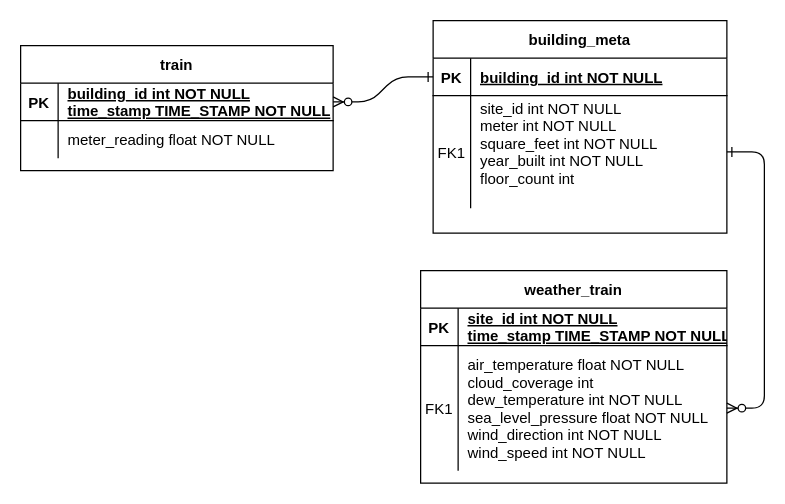
Earlier version of the draw.io diagram iq/electricity_weather.drawio (lukeAyin/lukeAyin.github.io). Source tidied: cells renumbered, new cells numbered last; positions are measured from the earlier drawing's top-left corner, leaving out a move shared by most shapes. Both pictures are drawn from the tidied source at 125%, with x=0, y=0 at pixel (20, 20).
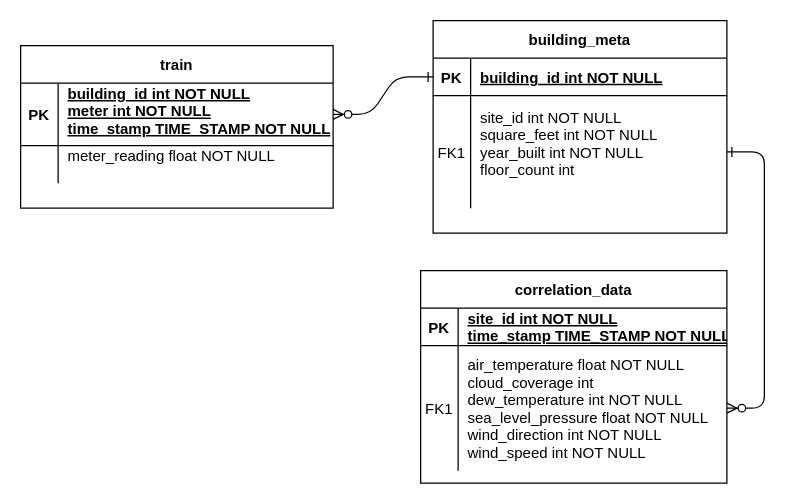
Above is the later version.

The change refers to these unchanged cells:
```xml
<mxCell id="8" style="shape=partialRectangle;fillColor=none;points=[[0,0.5],[1,0.5]];portConstraint=eastwest;top=0;left=0;right=0;bottom=0;" parent="4" vertex="1">
  <mxGeometry y="60" width="235" height="90" as="geometry" />
</mxCell>
```

Diff of the diagram source:
```diff
@@
-    <mxCell id="10" value="site_id int NOT NULL&#10;meter int NOT NULL&#10;square_feet int NOT NULL&#10;year_built int NOT NULL&#10;floor_count int &#10;" style="shape=partialRectangle;overflow=hidden;fillColor=none;top=0;left=0;bottom=0;right=0;align=left;spacingLeft=6;" parent="8" vertex="1">
+    <mxCell id="10" value="site_id int NOT NULL&#10;square_feet int NOT NULL&#10;year_built int NOT NULL&#10;floor_count int &#10;" style="shape=partialRectangle;overflow=hidden;fillColor=none;top=0;left=0;bottom=0;right=0;align=left;spacingLeft=6;" parent="8" vertex="1">
       <mxGeometry x="30" width="205" height="90" as="geometry" />
     </mxCell>
-    <mxCell id="11" value="weather_train" style="shape=table;startSize=30;childLayout=tableLayout;rowLines=0;fontStyle=1;align=center;" parent="1" vertex="1">
+    <mxCell id="11" value="correlation_data" style="shape=table;startSize=30;childLayout=tableLayout;rowLines=0;fontStyle=1;align=center;" parent="1" vertex="1">
       <mxGeometry x="320" y="200" width="245" height="170" as="geometry" />
     </mxCell>
@@
     <mxCell id="18" value="train" style="shape=table;startSize=30;childLayout=tableLayout;rowLines=0;fontStyle=1;align=center;" parent="1" vertex="1">
-      <mxGeometry y="20" width="250" height="100" as="geometry" />
+      <mxGeometry y="20" width="250" height="130" as="geometry" />
     </mxCell>
     <mxCell id="19" style="shape=partialRectangle;fillColor=none;points=[[0,0.5],[1,0.5]];portConstraint=eastwest;top=0;left=0;right=0;bottom=1;" parent="18" vertex="1">
-      <mxGeometry y="30" width="250" height="30" as="geometry" />
+      <mxGeometry y="30" width="250" height="50" as="geometry" />
     </mxCell>
     <mxCell id="20" value="PK" style="shape=partialRectangle;overflow=hidden;fillColor=none;top=0;left=0;bottom=0;right=0;fontStyle=1;" parent="19" vertex="1">
-      <mxGeometry width="30" height="30" as="geometry" />
+      <mxGeometry width="30" height="50" as="geometry" />
     </mxCell>
-    <mxCell id="21" value="building_id int NOT NULL&#10;time_stamp TIME_STAMP NOT NULL" style="shape=partialRectangle;overflow=hidden;fillColor=none;top=0;left=0;bottom=0;right=0;align=left;spacingLeft=6;fontStyle=5;" parent="19" vertex="1">
-      <mxGeometry x="30" width="220" height="30" as="geometry" />
+    <mxCell id="21" value="building_id int NOT NULL&#10;meter int NOT NULL&#10;time_stamp TIME_STAMP NOT NULL&#10;" style="shape=partialRectangle;overflow=hidden;fillColor=none;top=0;left=0;bottom=0;right=0;align=left;spacingLeft=6;fontStyle=5;" parent="19" vertex="1">
+      <mxGeometry x="30" width="220" height="50" as="geometry" />
     </mxCell>
     <mxCell id="22" style="shape=partialRectangle;fillColor=none;top=0;left=0;right=0;bottom=0;" parent="18" vertex="1">
-      <mxGeometry y="60" width="250" height="30" as="geometry" />
+      <mxGeometry y="80" width="250" height="30" as="geometry" />
     </mxCell>
@@
-    <mxCell id="24" value="meter_reading float NOT NULL" style="shape=partialRectangle;overflow=hidden;fillColor=none;top=0;left=0;bottom=0;right=0;align=left;spacingLeft=6;" parent="22" vertex="1">
+    <mxCell id="24" value="meter_reading float NOT NULL&#10;" style="shape=partialRectangle;overflow=hidden;fillColor=none;top=0;left=0;bottom=0;right=0;align=left;spacingLeft=6;fontStyle=0;" parent="22" vertex="1">
       <mxGeometry x="30" width="220" height="30" as="geometry" />
     </mxCell>
```
